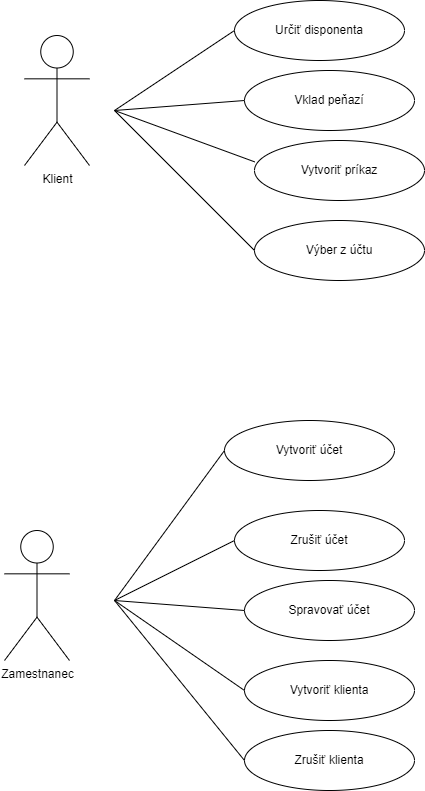
Earlier version of the draw.io export docs/UseCase.png (pat0s/vut-ids-project). Source tidied: cells renumbered, new cells last; positions are measured from the earlier drawing's top-left corner, leaving out a move shared by most shapes.
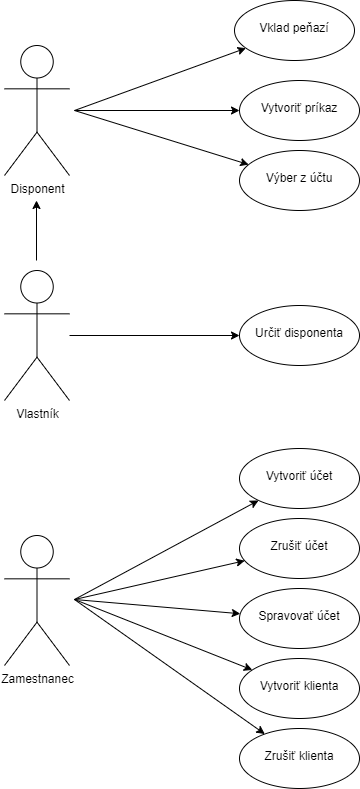
Above is the later version.

The edit, as a diff of the source:
```diff
@@ -2,83 +2,93 @@
   <root>
     <mxCell id="0" />
     <mxCell id="1" parent="0" />
+    <mxCell id="22" style="edgeStyle=none;rounded=0;jettySize=auto;html=1;" parent="1" edge="1" target="5">
+      <mxGeometry relative="1" as="geometry">
+        <mxPoint x="90" y="100" as="sourcePoint" />
+      </mxGeometry>
+    </mxCell>
+    <mxCell id="23" style="edgeStyle=none;rounded=0;jettySize=auto;html=1;" parent="1" edge="1" target="6">
+      <mxGeometry relative="1" as="geometry">
+        <mxPoint x="90" y="100" as="sourcePoint" />
+      </mxGeometry>
+    </mxCell>
+    <mxCell id="24" style="edgeStyle=none;rounded=0;jettySize=auto;html=1;" parent="1" edge="1" target="7">
+      <mxGeometry relative="1" as="geometry">
+        <mxPoint x="90" y="100" as="sourcePoint" />
+      </mxGeometry>
+    </mxCell>
-    <mxCell id="2" value="Klient" style="shape=umlActor;verticalLabelPosition=bottom;verticalAlign=top;html=1;" parent="1" vertex="1">
+    <mxCell id="2" value="Disponent" style="shape=umlActor;verticalLabelPosition=bottom;verticalAlign=top;html=1;" parent="1" vertex="1">
       <mxGeometry x="20" y="35" width="65" height="130" as="geometry" />
     </mxCell>
+    <mxCell id="25" style="edgeStyle=none;rounded=0;jettySize=auto;html=1;" parent="1" edge="1" target="8">
+      <mxGeometry relative="1" as="geometry">
+        <mxPoint x="90" y="589" as="sourcePoint" />
+      </mxGeometry>
+    </mxCell>
+    <mxCell id="26" style="edgeStyle=none;rounded=0;jettySize=auto;html=1;" parent="1" edge="1" target="9">
+      <mxGeometry relative="1" as="geometry">
+        <mxPoint x="90" y="589" as="sourcePoint" />
+      </mxGeometry>
+    </mxCell>
+    <mxCell id="27" style="edgeStyle=none;rounded=0;jettySize=auto;html=1;" parent="1" edge="1" target="10">
+      <mxGeometry relative="1" as="geometry">
+        <mxPoint x="90" y="589" as="sourcePoint" />
+      </mxGeometry>
+    </mxCell>
+    <mxCell id="28" style="edgeStyle=none;rounded=0;jettySize=auto;html=1;" parent="1" edge="1" target="11">
+      <mxGeometry relative="1" as="geometry">
+        <mxPoint x="90" y="589" as="sourcePoint" />
+      </mxGeometry>
+    </mxCell>
+    <mxCell id="29" style="edgeStyle=none;rounded=0;jettySize=auto;html=1;" parent="1" edge="1" target="12">
+      <mxGeometry relative="1" as="geometry">
+        <mxPoint x="90" y="589" as="sourcePoint" />
+      </mxGeometry>
+    </mxCell>
     <mxCell id="3" value="Zamestnanec" style="shape=umlActor;verticalLabelPosition=bottom;verticalAlign=top;html=1;" parent="1" vertex="1">
-      <mxGeometry y="530" width="65" height="130" as="geometry" />
+      <mxGeometry x="20" y="525" width="65" height="130" as="geometry" />
     </mxCell>
-    <mxCell id="4" value="Určiť disponenta" style="ellipse;whiteSpace=wrap;html=1;" parent="1" vertex="1">
-      <mxGeometry x="230" width="170" height="60" as="geometry" />
-    </mxCell>
-    <mxCell id="5" value="Vklad peňazí" style="ellipse;whiteSpace=wrap;html=1;" parent="1" vertex="1">
-      <mxGeometry x="240" y="70" width="170" height="60" as="geometry" />
+    <mxCell id="5" value="&lt;br&gt;Vklad peňazí" style="ellipse;whiteSpace=wrap;html=1;verticalAlign=top;" parent="1" vertex="1">
+      <mxGeometry x="250" y="-10" width="120" height="60" as="geometry" />
     </mxCell>
-    <mxCell id="6" value="Vytvoriť príkaz" style="ellipse;whiteSpace=wrap;html=1;" parent="1" vertex="1">
-      <mxGeometry x="250" y="140" width="170" height="60" as="geometry" />
+    <mxCell id="6" value="&lt;br&gt;Vytvoriť príkaz" style="ellipse;whiteSpace=wrap;html=1;verticalAlign=top;" parent="1" vertex="1">
+      <mxGeometry x="255" y="70" width="120" height="60" as="geometry" />
     </mxCell>
-    <mxCell id="7" value="Výber z účtu" style="ellipse;whiteSpace=wrap;html=1;" parent="1" vertex="1">
-      <mxGeometry x="250" y="220" width="170" height="60" as="geometry" />
+    <mxCell id="7" value="&lt;br&gt;Výber z účtu" style="ellipse;whiteSpace=wrap;html=1;verticalAlign=top;" parent="1" vertex="1">
+      <mxGeometry x="255" y="140" width="120" height="60" as="geometry" />
     </mxCell>
-    <mxCell id="8" value="Vytvoriť účet" style="ellipse;whiteSpace=wrap;html=1;" parent="1" vertex="1">
-      <mxGeometry x="220" y="420" width="170" height="60" as="geometry" />
+    <mxCell id="8" value="&lt;br&gt;Vytvoriť účet" style="ellipse;whiteSpace=wrap;html=1;verticalAlign=top;" parent="1" vertex="1">
+      <mxGeometry x="255" y="438" width="120" height="60" as="geometry" />
     </mxCell>
-    <mxCell id="9" value="Zrušiť účet" style="ellipse;whiteSpace=wrap;html=1;" parent="1" vertex="1">
-      <mxGeometry x="230" y="510" width="170" height="60" as="geometry" />
+    <mxCell id="9" value="&lt;br&gt;Zrušiť účet" style="ellipse;whiteSpace=wrap;html=1;verticalAlign=top;" parent="1" vertex="1">
+      <mxGeometry x="255" y="508" width="120" height="60" as="geometry" />
     </mxCell>
-    <mxCell id="10" value="Spravovať účet" style="ellipse;whiteSpace=wrap;html=1;" parent="1" vertex="1">
-      <mxGeometry x="240" y="580" width="170" height="60" as="geometry" />
+    <mxCell id="10" value="&lt;br&gt;Spravovať účet" style="ellipse;whiteSpace=wrap;html=1;verticalAlign=top;" parent="1" vertex="1">
+      <mxGeometry x="255" y="578" width="120" height="60" as="geometry" />
     </mxCell>
-    <mxCell id="11" value="Vytvoriť klienta" style="ellipse;whiteSpace=wrap;html=1;" parent="1" vertex="1">
-      <mxGeometry x="240" y="660" width="170" height="60" as="geometry" />
+    <mxCell id="11" value="&lt;br&gt;Vytvoriť klienta" style="ellipse;whiteSpace=wrap;html=1;verticalAlign=top;" parent="1" vertex="1">
+      <mxGeometry x="255" y="648" width="120" height="60" as="geometry" />
     </mxCell>
-    <mxCell id="12" value="Zrušiť klienta" style="ellipse;whiteSpace=wrap;html=1;" parent="1" vertex="1">
-      <mxGeometry x="240" y="730" width="170" height="60" as="geometry" />
+    <mxCell id="12" value="&lt;br&gt;Zrušiť klienta" style="ellipse;whiteSpace=wrap;html=1;verticalAlign=top;" parent="1" vertex="1">
+      <mxGeometry x="255" y="718" width="120" height="60" as="geometry" />
     </mxCell>
-    <mxCell id="13" style="endArrow=none;html=1;rounded=0;entryX=0;entryY=0.5;entryDx=0;entryDy=0;" parent="1" edge="1" target="5">
-      <mxGeometry relative="1" as="geometry">
-        <mxPoint x="110" y="110" as="sourcePoint" />
-      </mxGeometry>
-    </mxCell>
-    <mxCell id="14" style="endArrow=none;html=1;rounded=0;entryX=0;entryY=0.5;entryDx=0;entryDy=0;" parent="1" edge="1" target="4">
-      <mxGeometry relative="1" as="geometry">
-        <mxPoint x="110" y="110" as="sourcePoint" />
-      </mxGeometry>
-    </mxCell>
-    <mxCell id="15" style="endArrow=none;html=1;rounded=0;entryX=0.002;entryY=0.357;entryDx=0;entryDy=0;entryPerimeter=0;" parent="1" edge="1" target="6">
-      <mxGeometry relative="1" as="geometry">
-        <mxPoint x="110" y="110" as="sourcePoint" />
-      </mxGeometry>
-    </mxCell>
-    <mxCell id="16" style="endArrow=none;html=1;rounded=0;entryX=0;entryY=0.5;entryDx=0;entryDy=0;" parent="1" edge="1" target="7">
-      <mxGeometry relative="1" as="geometry">
-        <mxPoint x="110" y="110" as="sourcePoint" />
-      </mxGeometry>
-    </mxCell>
-    <mxCell id="17" style="endArrow=none;html=1;rounded=0;entryX=0;entryY=0.5;entryDx=0;entryDy=0;" parent="1" edge="1" target="8">
-      <mxGeometry relative="1" as="geometry">
-        <mxPoint x="110" y="600" as="sourcePoint" />
-      </mxGeometry>
-    </mxCell>
-    <mxCell id="18" style="endArrow=none;html=1;rounded=0;entryX=0;entryY=0.5;entryDx=0;entryDy=0;" parent="1" edge="1" target="10">
-      <mxGeometry relative="1" as="geometry">
-        <mxPoint x="110" y="600" as="sourcePoint" />
-      </mxGeometry>
-    </mxCell>
-    <mxCell id="19" style="endArrow=none;html=1;rounded=0;entryX=0;entryY=0.5;entryDx=0;entryDy=0;" parent="1" edge="1" target="9">
-      <mxGeometry relative="1" as="geometry">
-        <mxPoint x="110" y="600" as="sourcePoint" />
-      </mxGeometry>
-    </mxCell>
-    <mxCell id="20" style="endArrow=none;html=1;rounded=0;entryX=0;entryY=0.5;entryDx=0;entryDy=0;" parent="1" edge="1" target="11">
-      <mxGeometry relative="1" as="geometry">
-        <mxPoint x="110" y="600" as="sourcePoint" />
-      </mxGeometry>
-    </mxCell>
-    <mxCell id="21" style="endArrow=none;html=1;rounded=0;entryX=0;entryY=0.5;entryDx=0;entryDy=0;" parent="1" edge="1" target="12">
-      <mxGeometry relative="1" as="geometry">
-        <mxPoint x="110" y="600" as="sourcePoint" />
-      </mxGeometry>
-    </mxCell>
+    <mxCell id="30" style="edgeStyle=none;rounded=0;jettySize=auto;html=1;" parent="1" edge="1" source="32" target="4">
+      <mxGeometry relative="1" as="geometry" />
+    </mxCell>
+    <mxCell id="31" style="edgeStyle=none;rounded=0;orthogonalLoop=1;jettySize=auto;html=1;" parent="1" edge="1">
+      <mxGeometry relative="1" as="geometry">
+        <mxPoint x="52" y="250" as="sourcePoint" />
+        <mxPoint x="52" y="190" as="targetPoint" />
+      </mxGeometry>
+    </mxCell>
+    <mxCell id="32" value="Vlastník" style="shape=umlActor;verticalLabelPosition=bottom;verticalAlign=top;html=1;outlineConnect=0;" parent="1" vertex="1">
+      <mxGeometry x="20" y="260" width="65" height="130" as="geometry" />
+    </mxCell>
+    <mxCell id="4" value="&lt;br&gt;Určiť disponenta" style="ellipse;whiteSpace=wrap;html=1;verticalAlign=top;" parent="1" vertex="1">
+      <mxGeometry x="255" y="295" width="120" height="60" as="geometry" />
+    </mxCell>
+    <mxCell id="33" style="edgeStyle=none;rounded=0;orthogonalLoop=1;jettySize=auto;html=1;exitX=0.5;exitY=0;exitDx=0;exitDy=0;exitPerimeter=0;" parent="1" edge="1" source="32" target="32">
+      <mxGeometry relative="1" as="geometry" />
+    </mxCell>
   </root>
 </mxGraphModel>
```
